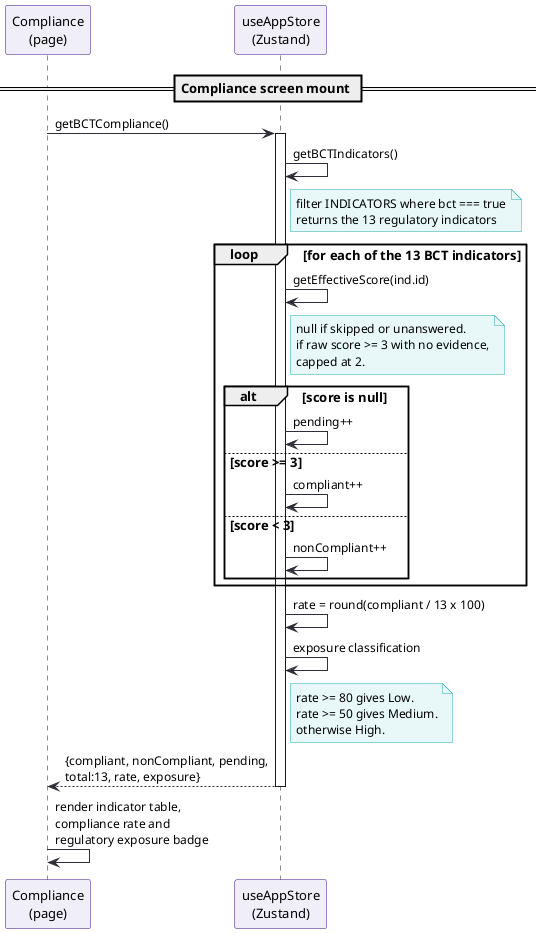
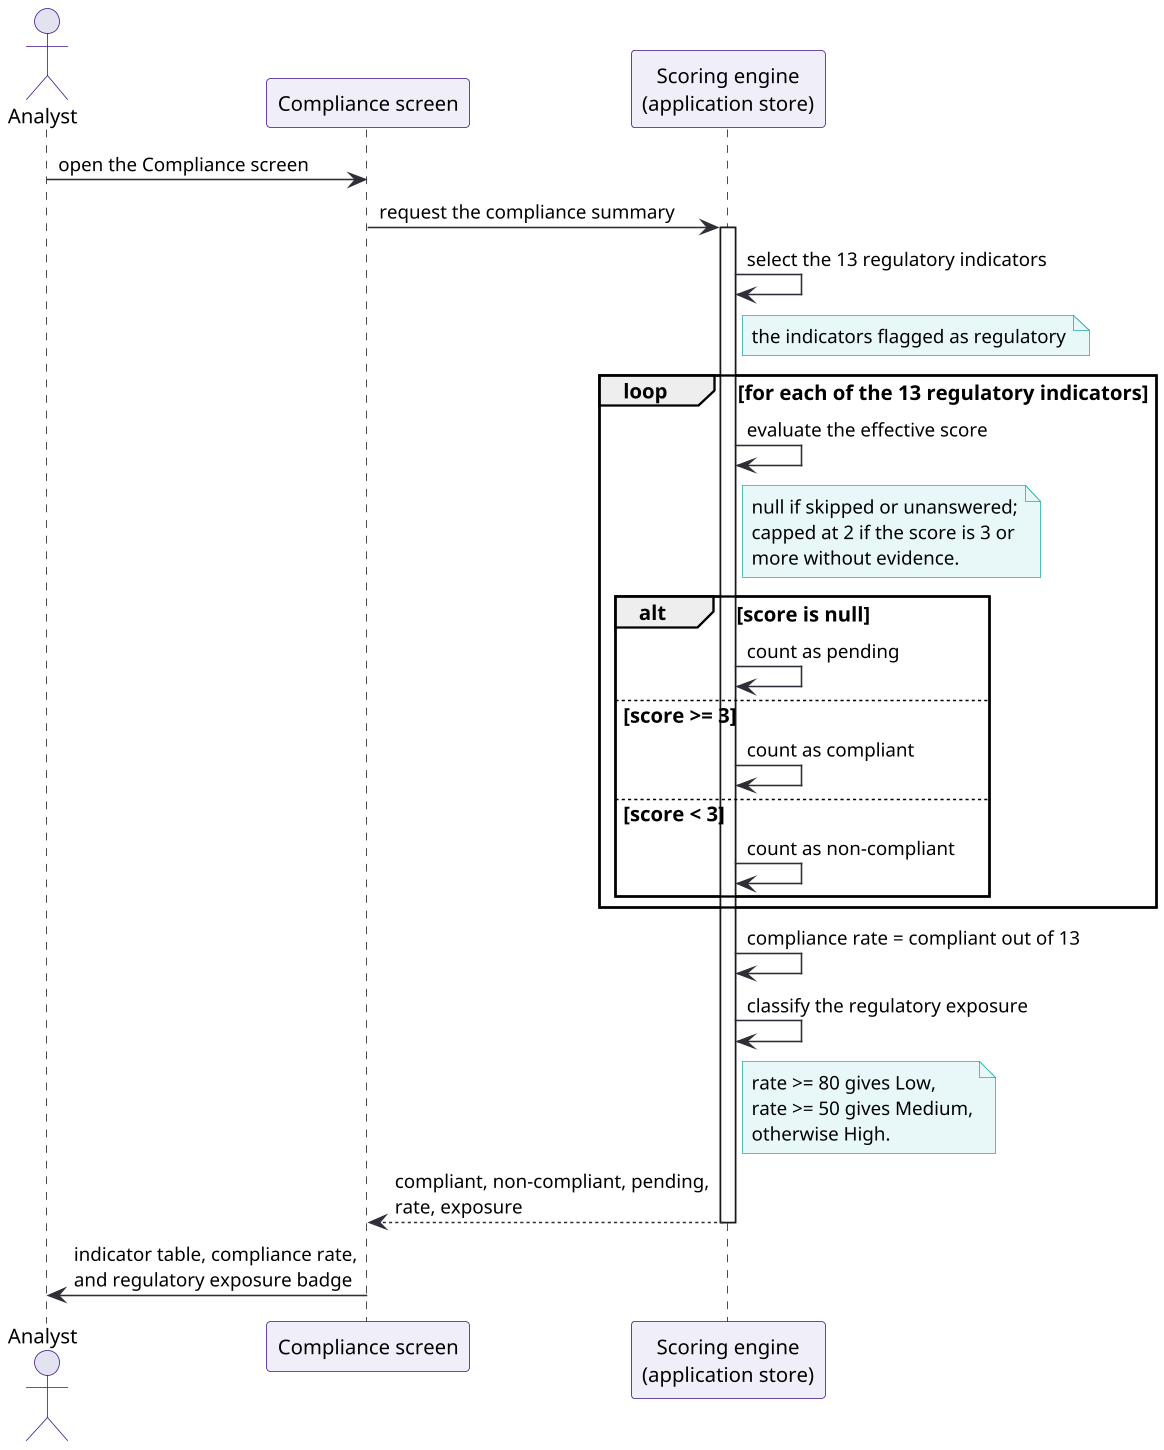
@startuml sequence-compliance
skinparam backgroundColor white
skinparam defaultFontSize 13
+ skinparam dpi 150
skinparam sequenceParticipantBackgroundColor #F0EEF8
skinparam sequenceParticipantBorderColor #3D108A
skinparam sequenceParticipantFontSize 13
+ skinparam sequenceActorBorderColor #3D108A
skinparam sequenceArrowColor #2E2E38
skinparam sequenceArrowFontSize 12
skinparam noteBorderColor #27ACAA
skinparam noteBackgroundColor #E8F8F8
skinparam noteFontSize 12

- participant "Compliance\n(page)" as C
- participant "useAppStore\n(Zustand)" as S
+ actor "Analyst" as A
+ participant "Compliance screen" as C
+ participant "Scoring engine\n(application store)" as S

- == Compliance screen mount ==
- 
- C -> S: getBCTCompliance()
+ A -> C: open the Compliance screen
+ C -> S: request the compliance summary
activate S

- S -> S: getBCTIndicators()
- note right of S: filter INDICATORS where bct === true\nreturns the 13 regulatory indicators
+ S -> S: select the 13 regulatory indicators
+ note right of S: the indicators flagged as regulatory

- loop for each of the 13 BCT indicators
-   S -> S: getEffectiveScore(ind.id)
+ loop for each of the 13 regulatory indicators
+   S -> S: evaluate the effective score
  note right of S
-     null if skipped or unanswered.
-     if raw score >= 3 with no evidence,
-     capped at 2.
+     null if skipped or unanswered;
+     capped at 2 if the score is 3 or
+     more without evidence.
  end note
- 
  alt score is null
-     S -> S: pending++
+     S -> S: count as pending
  else score >= 3
-     S -> S: compliant++
+     S -> S: count as compliant
  else score < 3
-     S -> S: nonCompliant++
+     S -> S: count as non-compliant
  end
end

- S -> S: rate = round(compliant / 13 x 100)
- 
- S -> S: exposure classification
+ S -> S: compliance rate = compliant out of 13
+ S -> S: classify the regulatory exposure
note right of S
-   rate >= 80 gives Low.
-   rate >= 50 gives Medium.
+   rate >= 80 gives Low,
+   rate >= 50 gives Medium,
  otherwise High.
end note

- S --> C: {compliant, nonCompliant, pending,\ntotal:13, rate, exposure}
+ S --> C: compliant, non-compliant, pending,\nrate, exposure
deactivate S
- 
- C -> C: render indicator table,\ncompliance rate and\nregulatory exposure badge
+ C -> A: indicator table, compliance rate,\nand regulatory exposure badge

@enduml
